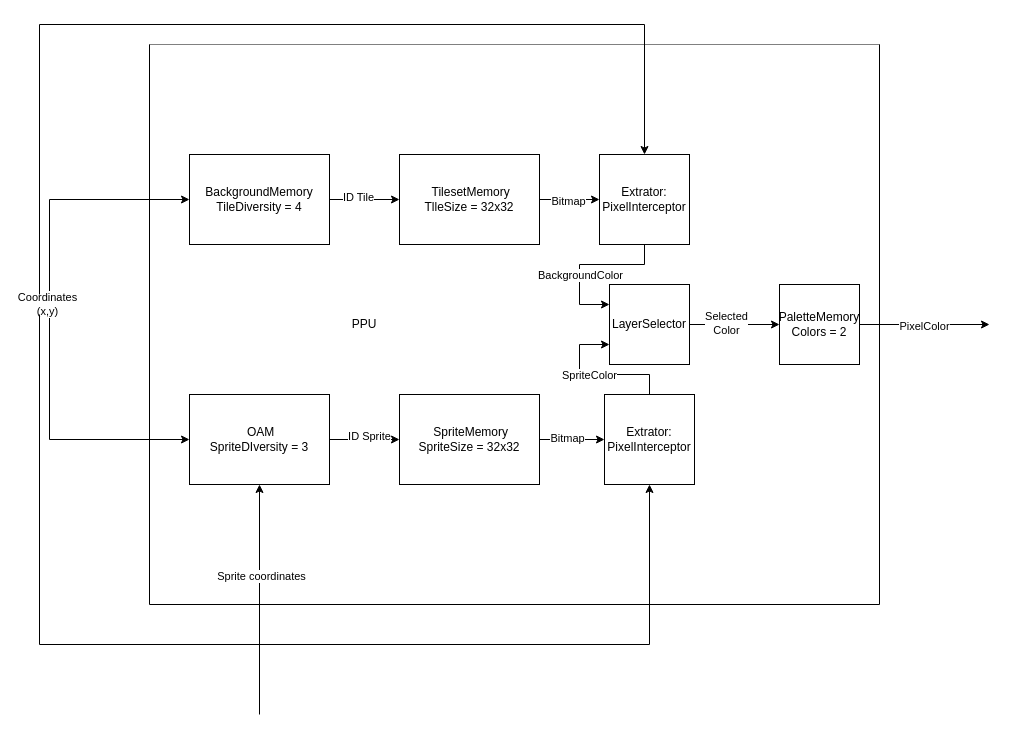
Above: P2/diagramas/DiagramaPPU.drawio in caio-unicamp/MC613_Best_Group (draw.io), before the change. Source tidied: cells renumbered, new cells numbered last; positions are measured from the earlier drawing's top-left corner, leaving out a move shared by most shapes. Both pictures are drawn from the tidied source at 100%, with x=0, y=0 at pixel (39, 24).
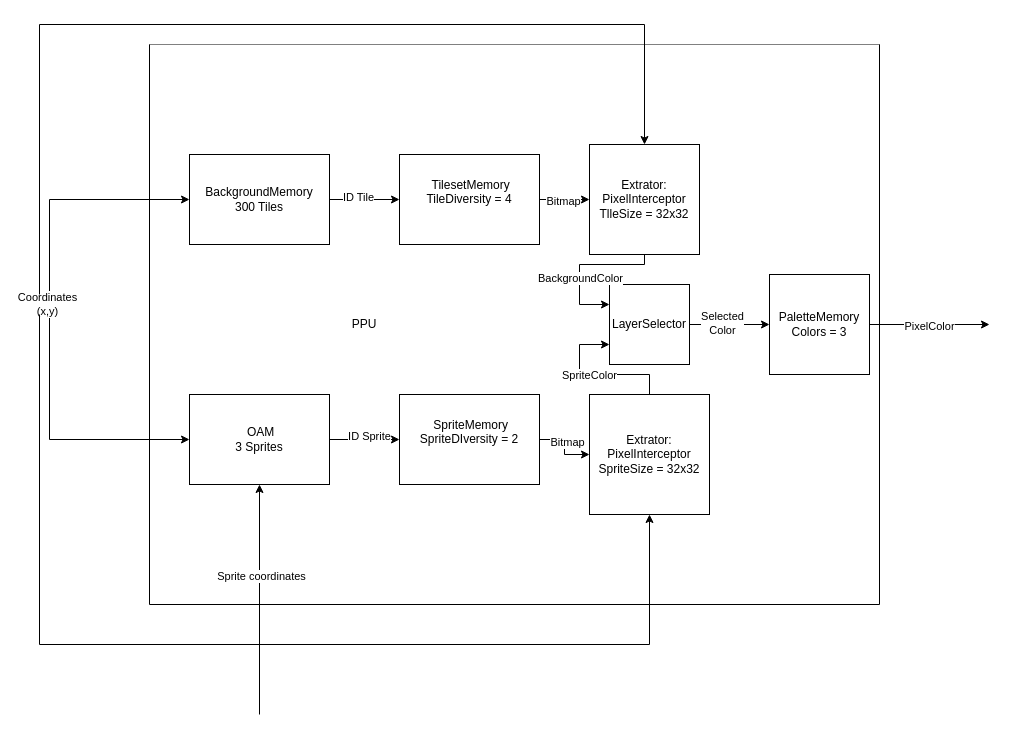
After the change.

Unchanged cells that the change refers to:
```xml
<mxCell id="2" style="swimlane;startSize=0;gradientColor=none;swimlaneFillColor=default;" parent="1" vertex="1">
  <mxGeometry x="110" y="20" width="730" height="560" as="geometry" />
</mxCell>
```

The edit, as a diff of the source:
```diff
@@
-    <mxCell id="3" value="&lt;div&gt;BackgroundMemory&lt;/div&gt;&lt;div&gt;TileDiversity = 4&lt;/div&gt;" style="rounded=0;whiteSpace=wrap;html=1;" parent="2" vertex="1">
+    <mxCell id="3" value="&lt;div&gt;BackgroundMemory&lt;/div&gt;&lt;div&gt;300 Tiles&lt;/div&gt;" style="rounded=0;whiteSpace=wrap;html=1;" parent="2" vertex="1">
       <mxGeometry x="40" y="110" width="140" height="90" as="geometry" />
     </mxCell>
-    <mxCell id="4" value="&lt;div&gt;&amp;nbsp;TilesetMemory&lt;/div&gt;&lt;div&gt;TlleSize = 32x32&lt;/div&gt;" style="rounded=0;whiteSpace=wrap;html=1;" parent="2" vertex="1">
+    <mxCell id="4" value="&lt;div&gt;&amp;nbsp;TilesetMemory&lt;/div&gt;&lt;div&gt;TileDiversity = 4&lt;/div&gt;&lt;div&gt;&lt;br&gt;&lt;/div&gt;" style="rounded=0;whiteSpace=wrap;html=1;" parent="2" vertex="1">
       <mxGeometry x="250" y="110" width="140" height="90" as="geometry" />
     </mxCell>
@@
-    <mxCell id="7" value="&lt;div&gt;Extrator:&lt;/div&gt;&lt;div&gt;PixelInterceptor&lt;/div&gt;" style="whiteSpace=wrap;html=1;" parent="2" vertex="1">
-      <mxGeometry x="450" y="110" width="90" height="90" as="geometry" />
+    <mxCell id="7" value="&lt;div&gt;Extrator:&lt;/div&gt;&lt;div&gt;PixelInterceptor&lt;/div&gt;&lt;div&gt;TlleSize = 32x32&lt;/div&gt;" style="whiteSpace=wrap;html=1;" parent="2" vertex="1">
+      <mxGeometry x="440" y="100" width="110" height="110" as="geometry" />
     </mxCell>
@@
-    <mxCell id="13" value="&lt;div&gt;&amp;nbsp;OAM&lt;/div&gt;&lt;div&gt;SpriteDIversity = 3&lt;/div&gt;" style="rounded=0;whiteSpace=wrap;html=1;" parent="2" vertex="1">
+    <mxCell id="13" value="&lt;div&gt;&amp;nbsp;OAM&lt;/div&gt;&lt;div&gt;3 Sprites&lt;/div&gt;" style="rounded=0;whiteSpace=wrap;html=1;" parent="2" vertex="1">
       <mxGeometry x="40" y="350" width="140" height="90" as="geometry" />
     </mxCell>
@@
-    <mxCell id="16" value="&lt;div&gt;&amp;nbsp;SpriteMemory&lt;/div&gt;&lt;div&gt;SpriteSize = 32x32&lt;/div&gt;" style="rounded=0;whiteSpace=wrap;html=1;" parent="2" vertex="1">
+    <mxCell id="16" value="&lt;div&gt;&amp;nbsp;SpriteMemory&lt;/div&gt;&lt;div&gt;SpriteDIversity = 2&lt;/div&gt;&lt;div&gt;&lt;br&gt;&lt;/div&gt;" style="rounded=0;whiteSpace=wrap;html=1;" parent="2" vertex="1">
       <mxGeometry x="250" y="350" width="140" height="90" as="geometry" />
     </mxCell>
@@
-    <mxCell id="19" value="&lt;div&gt;Extrator:&lt;/div&gt;&lt;div&gt;PixelInterceptor&lt;/div&gt;" style="whiteSpace=wrap;html=1;" parent="2" vertex="1">
-      <mxGeometry x="455" y="350" width="90" height="90" as="geometry" />
+    <mxCell id="19" value="&lt;div&gt;Extrator:&lt;/div&gt;&lt;div&gt;PixelInterceptor&lt;/div&gt;&lt;div&gt;SpriteSize = 32x32&lt;/div&gt;" style="whiteSpace=wrap;html=1;" parent="2" vertex="1">
+      <mxGeometry x="440" y="350" width="120" height="120" as="geometry" />
     </mxCell>
@@
-    <mxCell id="22" value="&lt;div&gt;PaletteMemory&lt;/div&gt;Colors = 2" style="whiteSpace=wrap;html=1;" parent="2" vertex="1">
-      <mxGeometry x="630" y="240" width="80" height="80" as="geometry" />
+    <mxCell id="22" value="&lt;div&gt;PaletteMemory&lt;/div&gt;Colors = 3" style="whiteSpace=wrap;html=1;" parent="2" vertex="1">
+      <mxGeometry x="620" y="230" width="100" height="100" as="geometry" />
     </mxCell>
```
